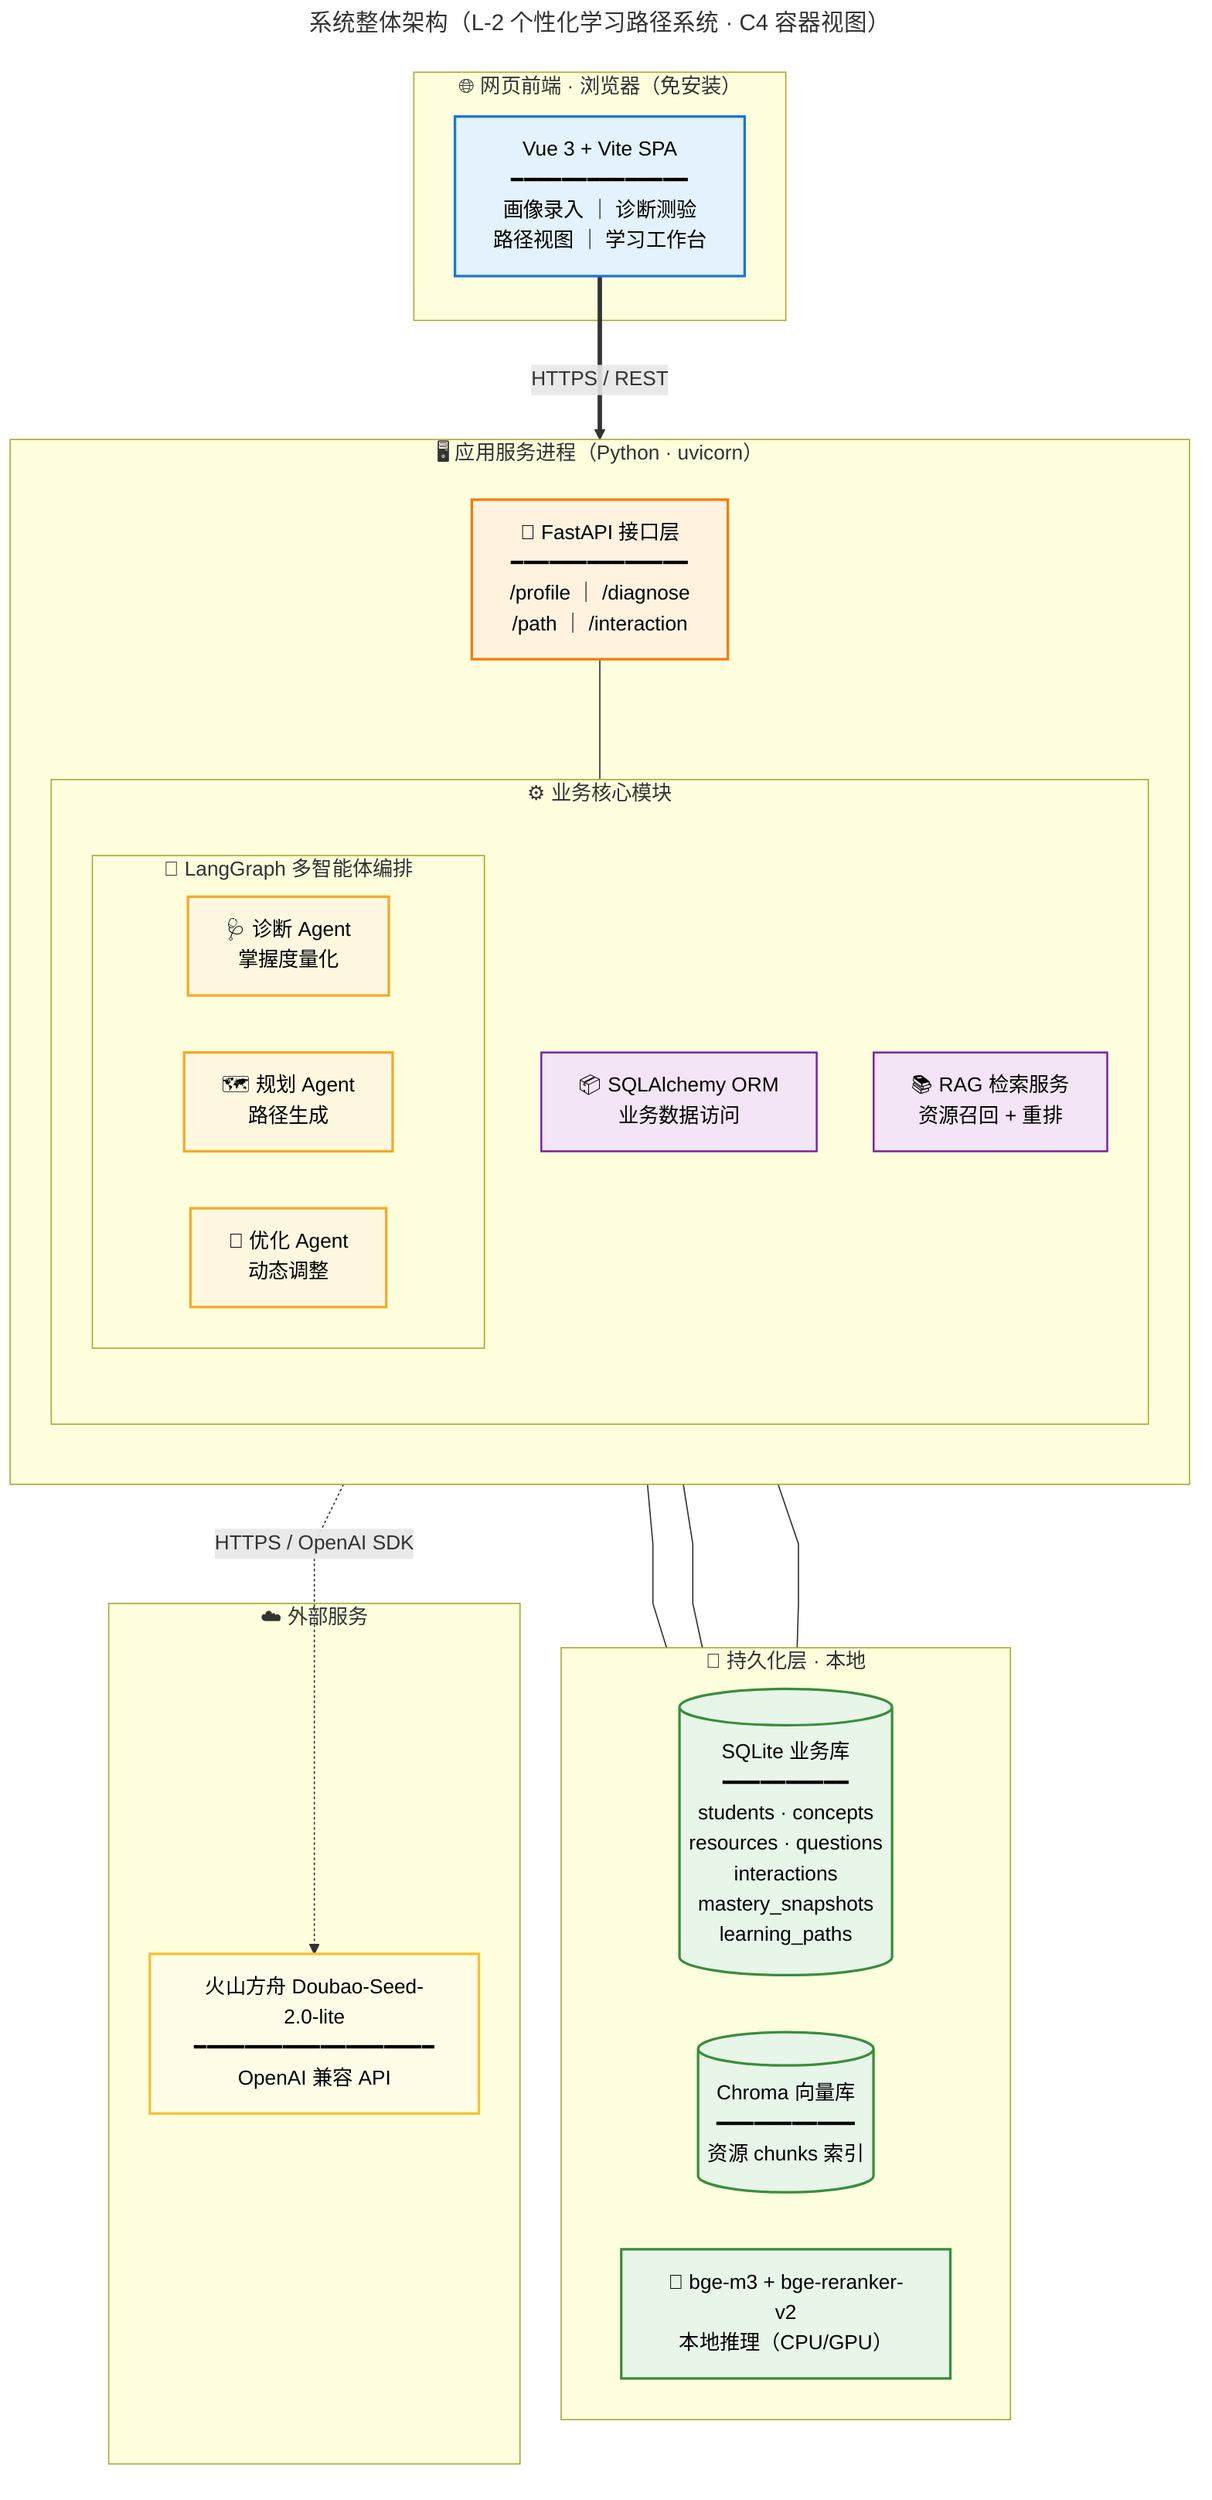
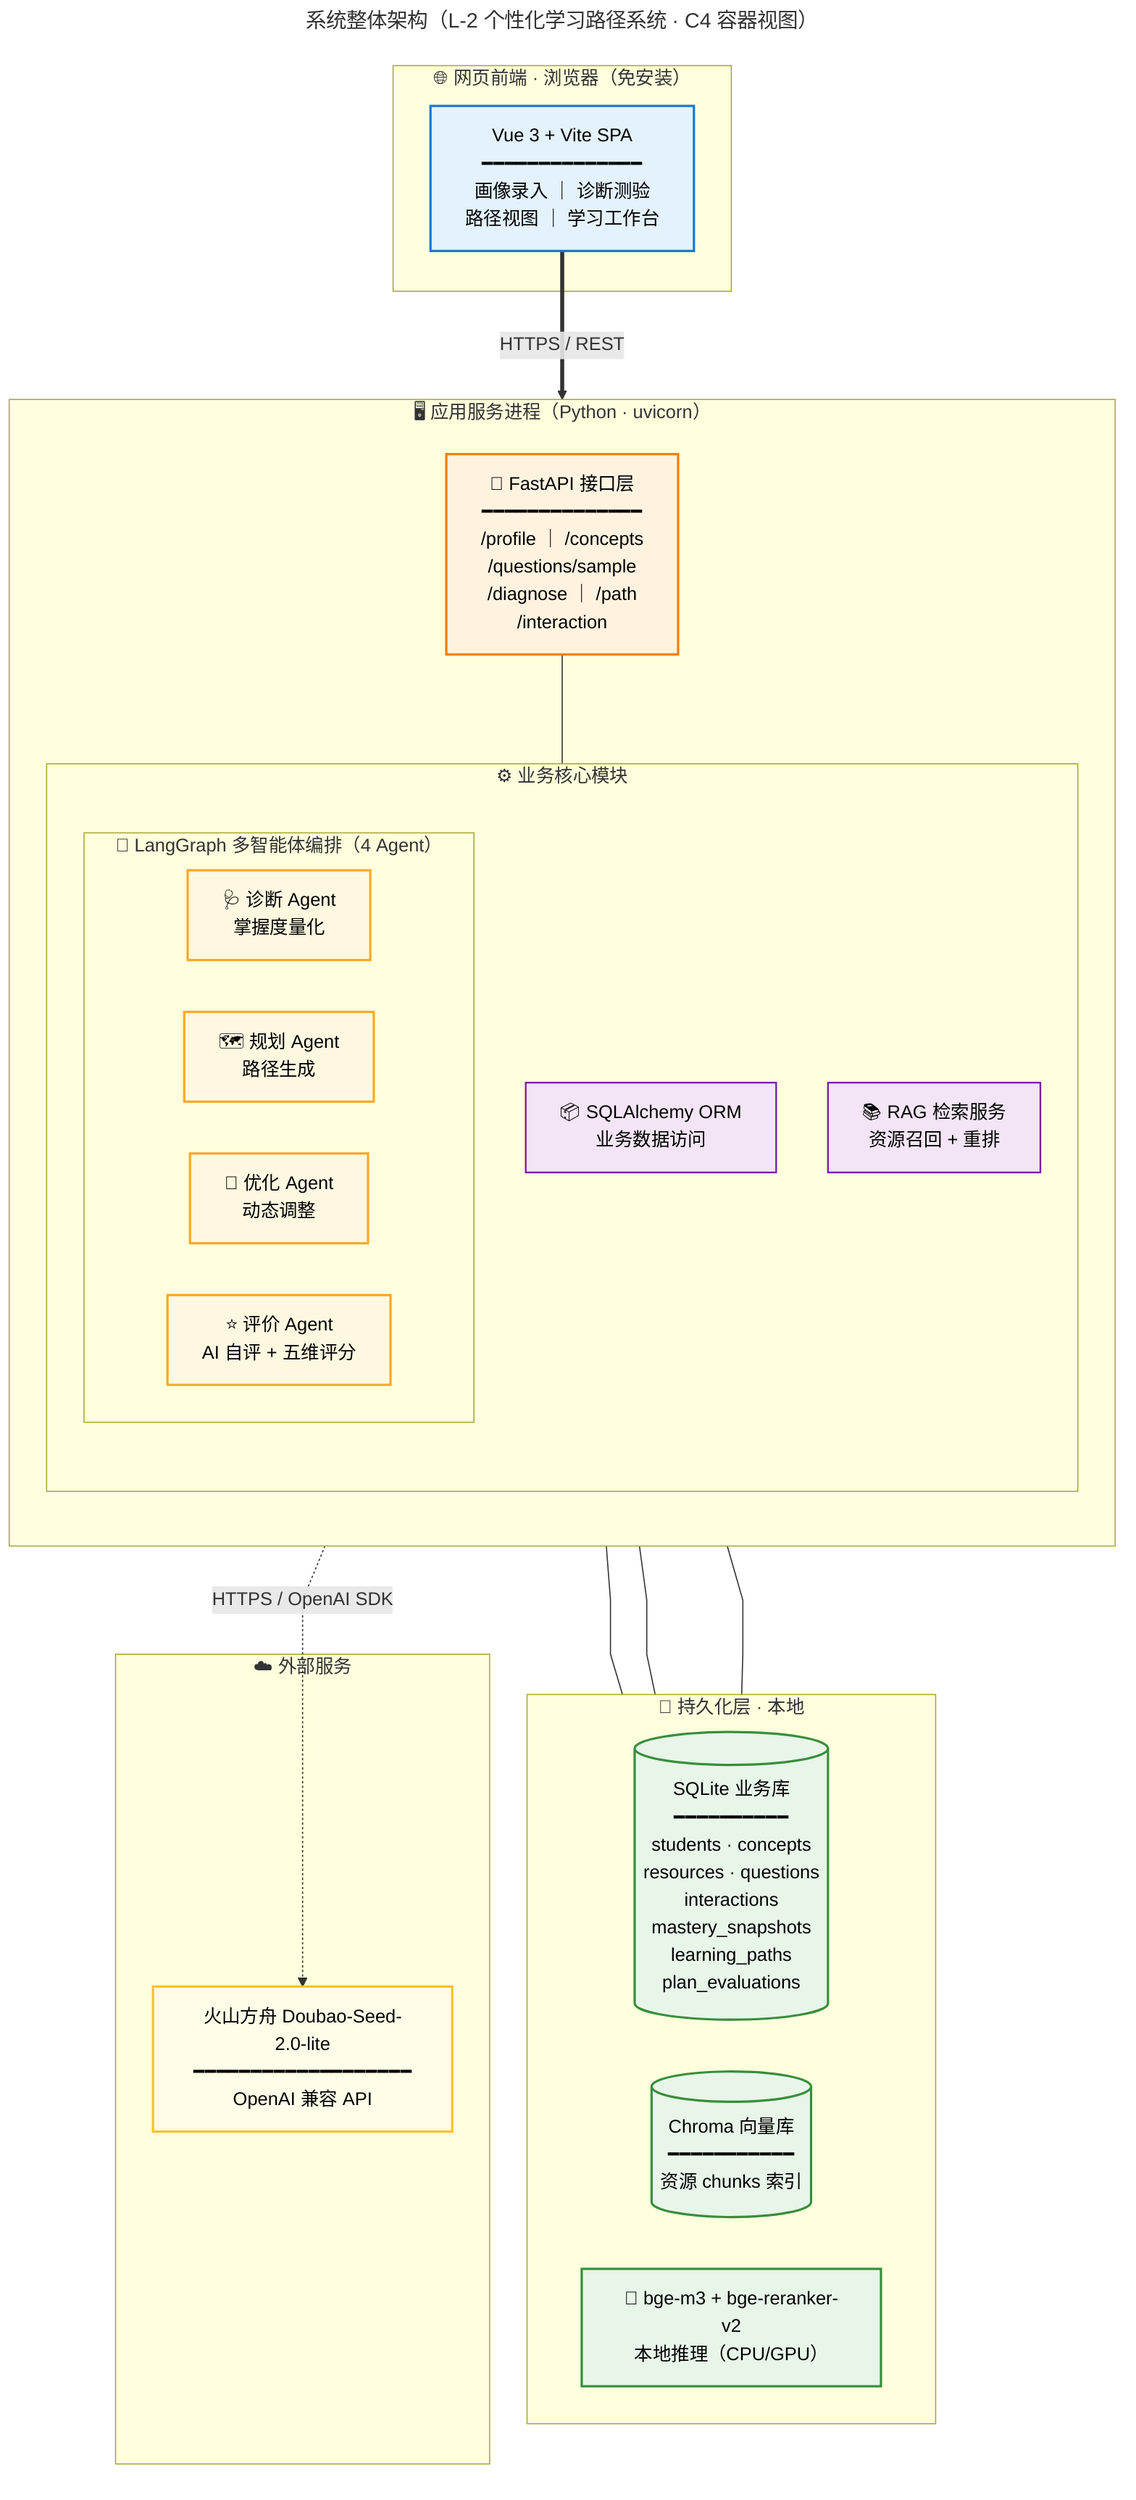
---
title: 系统整体架构（L-2 个性化学习路径系统 · C4 容器视图）
---
%%{init: {'flowchart': {'curve': 'linear', 'nodeSpacing': 45, 'rankSpacing': 70}}}%%
flowchart TB

    subgraph CLIENT["🌐 网页前端 · 浏览器（免安装）"]
        Vue["Vue 3 + Vite SPA<br/>━━━━━━━━━━━━━━<br/>画像录入 ｜ 诊断测验<br/>路径视图 ｜ 学习工作台"]
    end

    subgraph APP["🖥️ 应用服务进程（Python · uvicorn）"]
        direction TB

-         API["🔌 FastAPI 接口层<br/>━━━━━━━━━━━━━━<br/>/profile ｜ /diagnose<br/>/path ｜ /interaction"]
+         API["🔌 FastAPI 接口层<br/>━━━━━━━━━━━━━━<br/>/profile ｜ /concepts<br/>/questions/sample<br/>/diagnose ｜ /path<br/>/interaction"]

        subgraph CORE["⚙️ 业务核心模块"]
            direction TB

-             subgraph AGENTS["🤖 LangGraph 多智能体编排"]
+             subgraph AGENTS["🤖 LangGraph 多智能体编排（4 Agent）"]
                direction LR
                A1["🩺 诊断 Agent<br/>掌握度量化"]
                A2["🗺️ 规划 Agent<br/>路径生成"]
                A3["🔧 优化 Agent<br/>动态调整"]
+                 A4["⭐ 评价 Agent<br/>AI 自评 + 五维评分"]
            end

            ORM["📦 SQLAlchemy ORM<br/>业务数据访问"]
            RAGSV["📚 RAG 检索服务<br/>资源召回 + 重排"]
        end

        API --- CORE
    end

    subgraph DATA["💾 持久化层 · 本地"]
        direction LR
-         DB[("SQLite 业务库<br/>━━━━━━━━━━<br/>students · concepts<br/>resources · questions<br/>interactions<br/>mastery_snapshots<br/>learning_paths")]
+         DB[("SQLite 业务库<br/>━━━━━━━━━━<br/>students · concepts<br/>resources · questions<br/>interactions<br/>mastery_snapshots<br/>learning_paths<br/>plan_evaluations")]
        VEC[("Chroma 向量库<br/>━━━━━━━━━━━<br/>资源 chunks 索引")]
        EMB["🧠 bge-m3 + bge-reranker-v2<br/>本地推理（CPU/GPU）"]
    end

    subgraph EXT["☁️ 外部服务"]
        LLM["火山方舟 Doubao-Seed-2.0-lite<br/>━━━━━━━━━━━━━━━━━━━<br/>OpenAI 兼容 API"]
    end

    Vue ==>|HTTPS / REST| API
    ORM --- DB
    RAGSV --- VEC
    RAGSV --- EMB
    AGENTS -.->|HTTPS / OpenAI SDK| LLM

    classDef client fill:#e3f2fd,stroke:#1976d2,stroke-width:2px,color:#000;
    classDef api fill:#fff3e0,stroke:#f57c00,stroke-width:2px,color:#000;
    classDef agent fill:#fff8e1,stroke:#f9a825,stroke-width:2px,color:#000;
    classDef svc fill:#f3e5f5,stroke:#7b1fa2,stroke-width:1.5px,color:#000;
    classDef data fill:#e8f5e9,stroke:#388e3c,stroke-width:2px,color:#000;
    classDef ext fill:#fffde7,stroke:#fbc02d,stroke-width:2px,color:#000;

    class Vue client;
    class API api;
-     class A1,A2,A3 agent;
+     class A1,A2,A3,A4 agent;
    class ORM,RAGSV svc;
    class DB,VEC,EMB data;
    class LLM ext;
